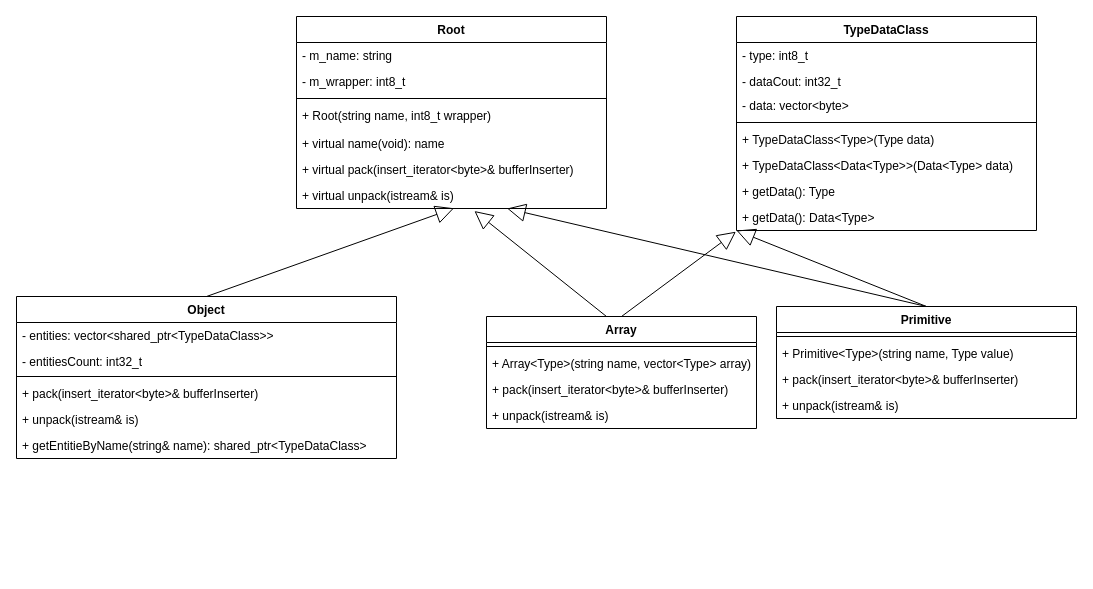
This is arc.drawio from Sqaz33/serialization, a draw.io file, before an edit. Source tidied: cells renumbered, new cells numbered last; positions are measured from the earlier drawing's top-left corner, leaving out a move shared by most shapes. Both pictures are drawn from the tidied source at 100%, with x=0, y=0 at pixel (16, 16).
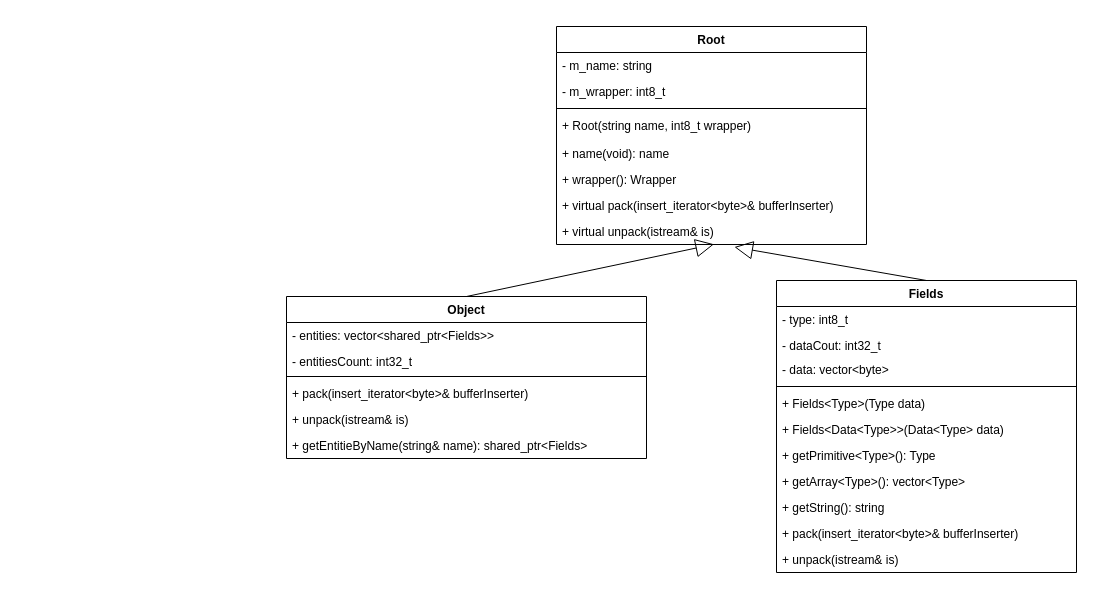
After the change.

Change to the diagram source:
```diff
@@
     <mxCell id="2" value="Root&#10;" style="swimlane;fontStyle=1;align=center;verticalAlign=top;horizontal=1;startSize=26;" parent="1" vertex="1">
-      <mxGeometry x="280" width="310" height="192" as="geometry" />
+      <mxGeometry x="540" y="10" width="310" height="218" as="geometry" />
     </mxCell>
@@
-    <mxCell id="7" value="+ virtual name(void): name " style="text;strokeColor=none;fillColor=none;align=left;verticalAlign=top;spacingLeft=4;spacingRight=4;overflow=hidden;" parent="2" vertex="1">
+    <mxCell id="7" value="+ name(void): name " style="text;strokeColor=none;fillColor=none;align=left;verticalAlign=top;spacingLeft=4;spacingRight=4;overflow=hidden;" parent="2" vertex="1">
       <mxGeometry y="114" width="310" height="26" as="geometry" />
     </mxCell>
+    <mxCell id="41" value="+ wrapper(): Wrapper" style="text;strokeColor=none;fillColor=none;align=left;verticalAlign=top;spacingLeft=4;spacingRight=4;overflow=hidden;" parent="2" vertex="1">
+      <mxGeometry y="140" width="310" height="26" as="geometry" />
+    </mxCell>
     <mxCell id="8" value="+ virtual pack(insert_iterator&lt;byte&gt;&amp; bufferInserter)" style="text;strokeColor=none;fillColor=none;align=left;verticalAlign=top;spacingLeft=4;spacingRight=4;overflow=hidden;" parent="2" vertex="1">
-      <mxGeometry y="140" width="310" height="26" as="geometry" />
+      <mxGeometry y="166" width="310" height="26" as="geometry" />
     </mxCell>
     <mxCell id="9" value="+ virtual unpack(istream&amp; is)" style="text;strokeColor=none;fillColor=none;align=left;verticalAlign=top;spacingLeft=4;spacingRight=4;overflow=hidden;points=[[0,0.5],[1,0.5]];portConstraint=eastwest;" parent="2" vertex="1">
-      <mxGeometry y="166" width="310" height="26" as="geometry" />
+      <mxGeometry y="192" width="310" height="26" as="geometry" />
     </mxCell>
-    <mxCell id="10" value="TypeDataClass&#10;" style="swimlane;fontStyle=1;align=center;verticalAlign=top;horizontal=1;startSize=26;" parent="1" vertex="1">
-      <mxGeometry x="720" width="300" height="214" as="geometry" />
+    <mxCell id="10" value="Fields" style="swimlane;fontStyle=1;align=center;verticalAlign=top;horizontal=1;startSize=26;" parent="1" vertex="1">
+      <mxGeometry x="760" y="264" width="300" height="292" as="geometry" />
     </mxCell>
@@
-    <mxCell id="15" value="+ TypeDataClass&lt;Type&gt;(Type data)" style="text;strokeColor=none;fillColor=none;align=left;verticalAlign=top;spacingLeft=4;spacingRight=4;overflow=hidden;" parent="10" vertex="1">
+    <mxCell id="15" value="+ Fields&lt;Type&gt;(Type data)" style="text;strokeColor=none;fillColor=none;align=left;verticalAlign=top;spacingLeft=4;spacingRight=4;overflow=hidden;" parent="10" vertex="1">
       <mxGeometry y="110" width="300" height="26" as="geometry" />
     </mxCell>
-    <mxCell id="16" value="+ TypeDataClass&lt;Data&lt;Type&gt;&gt;(Data&lt;Type&gt; data)" style="text;strokeColor=none;fillColor=none;align=left;verticalAlign=top;spacingLeft=4;spacingRight=4;overflow=hidden;" parent="10" vertex="1">
+    <mxCell id="16" value="+ Fields&lt;Data&lt;Type&gt;&gt;(Data&lt;Type&gt; data)" style="text;strokeColor=none;fillColor=none;align=left;verticalAlign=top;spacingLeft=4;spacingRight=4;overflow=hidden;" parent="10" vertex="1">
       <mxGeometry y="136" width="300" height="26" as="geometry" />
     </mxCell>
+    <mxCell id="18" value="+ getPrimitive&lt;Type&gt;(): Type" style="text;strokeColor=none;fillColor=none;align=left;verticalAlign=top;spacingLeft=4;spacingRight=4;overflow=hidden;points=[[0,0.5],[1,0.5]];portConstraint=eastwest;" parent="10" vertex="1">
+      <mxGeometry y="162" width="300" height="26" as="geometry" />
+    </mxCell>
-    <mxCell id="17" value="+ getData(): Type" style="text;strokeColor=none;fillColor=none;align=left;verticalAlign=top;spacingLeft=4;spacingRight=4;overflow=hidden;" parent="10" vertex="1">
-      <mxGeometry y="162" width="300" height="26" as="geometry" />
+    <mxCell id="17" value="+ getArray&lt;Type&gt;(): vector&lt;Type&gt;" style="text;strokeColor=none;fillColor=none;align=left;verticalAlign=top;spacingLeft=4;spacingRight=4;overflow=hidden;" parent="10" vertex="1">
+      <mxGeometry y="188" width="300" height="26" as="geometry" />
     </mxCell>
-    <mxCell id="18" value="+ getData(): Data&lt;Type&gt;" style="text;strokeColor=none;fillColor=none;align=left;verticalAlign=top;spacingLeft=4;spacingRight=4;overflow=hidden;points=[[0,0.5],[1,0.5]];portConstraint=eastwest;" parent="10" vertex="1">
-      <mxGeometry y="188" width="300" height="26" as="geometry" />
-    </mxCell>
-    <mxCell id="19" value="Primitive" style="swimlane;fontStyle=1;align=center;verticalAlign=top;horizontal=1;startSize=26;" parent="1" vertex="1">
-      <mxGeometry x="760" y="290" width="300" height="112" as="geometry" />
-    </mxCell>
-    <mxCell id="20" style="line;strokeWidth=1;fillColor=none;align=left;verticalAlign=middle;spacingTop=-1;spacingLeft=3;spacingRight=3;labelPosition=right;strokeColor=inherit;" parent="19" vertex="1">
-      <mxGeometry y="26" width="300" height="8" as="geometry" />
-    </mxCell>
-    <mxCell id="21" value="+ Primitive&lt;Type&gt;(string name, Type value)" style="text;strokeColor=none;fillColor=none;align=left;verticalAlign=top;spacingLeft=4;spacingRight=4;overflow=hidden;" parent="19" vertex="1">
-      <mxGeometry y="34" width="300" height="26" as="geometry" />
-    </mxCell>
-    <mxCell id="22" value="+ pack(insert_iterator&lt;byte&gt;&amp; bufferInserter)" style="text;strokeColor=none;fillColor=none;align=left;verticalAlign=top;spacingLeft=4;spacingRight=4;overflow=hidden;" parent="19" vertex="1">
-      <mxGeometry y="60" width="300" height="26" as="geometry" />
-    </mxCell>
-    <mxCell id="23" value="+ unpack(istream&amp; is)" style="text;strokeColor=none;fillColor=none;align=left;verticalAlign=top;spacingLeft=4;spacingRight=4;overflow=hidden;" parent="19" vertex="1">
-      <mxGeometry y="86" width="300" height="26" as="geometry" />
-    </mxCell>
-    <mxCell id="24" style="endArrow=block;endSize=16;endFill=0;html=1;entryX=0;entryY=1;entryDx=0;entryDy=0;exitX=0.5;exitY=0;exitDx=0;exitDy=0;" parent="1" edge="1" source="19" target="10">
-      <mxGeometry relative="1" as="geometry" />
-    </mxCell>
-    <mxCell id="25" style="endArrow=block;endSize=16;endFill=0;html=1;exitX=0.5;exitY=0;exitDx=0;exitDy=0;" parent="1" edge="1" source="19" target="9">
-      <mxGeometry relative="1" as="geometry" />
-    </mxCell>
-    <mxCell id="26" value="Array" style="swimlane;fontStyle=1;align=center;verticalAlign=top;horizontal=1;startSize=26;" parent="1" vertex="1">
-      <mxGeometry x="470" y="300" width="270" height="112" as="geometry" />
-    </mxCell>
-    <mxCell id="27" style="line;strokeWidth=1;fillColor=none;align=left;verticalAlign=middle;spacingTop=-1;spacingLeft=3;spacingRight=3;labelPosition=right;strokeColor=inherit;" parent="26" vertex="1">
-      <mxGeometry y="26" width="270" height="8" as="geometry" />
-    </mxCell>
-    <mxCell id="28" value="+ Array&lt;Type&gt;(string name, vector&lt;Type&gt; array)" style="text;strokeColor=none;fillColor=none;align=left;verticalAlign=top;spacingLeft=4;spacingRight=4;overflow=hidden;" parent="26" vertex="1">
-      <mxGeometry y="34" width="270" height="26" as="geometry" />
-    </mxCell>
-    <mxCell id="29" value="+ pack(insert_iterator&lt;byte&gt;&amp; bufferInserter)" style="text;strokeColor=none;fillColor=none;align=left;verticalAlign=top;spacingLeft=4;spacingRight=4;overflow=hidden;" parent="26" vertex="1">
-      <mxGeometry y="60" width="270" height="26" as="geometry" />
-    </mxCell>
-    <mxCell id="30" value="+ unpack(istream&amp; is)" style="text;strokeColor=none;fillColor=none;align=left;verticalAlign=top;spacingLeft=4;spacingRight=4;overflow=hidden;" parent="26" vertex="1">
-      <mxGeometry y="86" width="270" height="26" as="geometry" />
-    </mxCell>
-    <mxCell id="31" style="endArrow=block;endSize=16;endFill=0;html=1;exitX=0.5;exitY=0;exitDx=0;exitDy=0;entryX=-0.002;entryY=1.046;entryDx=0;entryDy=0;entryPerimeter=0;" parent="1" edge="1" source="26" target="18">
-      <mxGeometry relative="1" as="geometry" />
-    </mxCell>
+    <mxCell id="42" value="+ getString(): string" style="text;strokeColor=none;fillColor=none;align=left;verticalAlign=top;spacingLeft=4;spacingRight=4;overflow=hidden;" parent="10" vertex="1">
+      <mxGeometry y="214" width="300" height="26" as="geometry" />
+    </mxCell>
+    <mxCell id="43" value="+ pack(insert_iterator&lt;byte&gt;&amp; bufferInserter)" style="text;strokeColor=none;fillColor=none;align=left;verticalAlign=top;spacingLeft=4;spacingRight=4;overflow=hidden;" parent="10" vertex="1">
+      <mxGeometry y="240" width="300" height="26" as="geometry" />
+    </mxCell>
+    <mxCell id="44" value="+ unpack(istream&amp; is)" style="text;strokeColor=none;fillColor=none;align=left;verticalAlign=top;spacingLeft=4;spacingRight=4;overflow=hidden;" parent="10" vertex="1">
+      <mxGeometry y="266" width="300" height="26" as="geometry" />
+    </mxCell>
-    <mxCell id="32" style="endArrow=block;endSize=16;endFill=0;html=1;entryX=0.574;entryY=1.097;entryDx=0;entryDy=0;entryPerimeter=0;" parent="1" edge="1" target="9">
-      <mxGeometry relative="1" as="geometry">
-        <mxPoint x="590" y="300" as="sourcePoint" />
-      </mxGeometry>
+    <mxCell id="32" style="endArrow=block;endSize=16;endFill=0;html=1;entryX=0.574;entryY=1.097;entryDx=0;entryDy=0;entryPerimeter=0;exitX=0.5;exitY=0;exitDx=0;exitDy=0;" parent="1" edge="1" source="10" target="9">
+      <mxGeometry relative="1" as="geometry" />
     </mxCell>
     <mxCell id="33" value="Object" style="swimlane;fontStyle=1;align=center;verticalAlign=top;horizontal=1;startSize=26;" parent="1" vertex="1">
-      <mxGeometry y="280" width="380" height="162" as="geometry" />
+      <mxGeometry x="270" y="280" width="360" height="162" as="geometry" />
     </mxCell>
-    <mxCell id="34" value="- entities: vector&lt;shared_ptr&lt;TypeDataClass&gt;&gt;" style="text;strokeColor=none;fillColor=none;align=left;verticalAlign=top;spacingLeft=4;spacingRight=4;overflow=hidden;" parent="33" vertex="1">
-      <mxGeometry y="26" width="380" height="26" as="geometry" />
+    <mxCell id="34" value="- entities: vector&lt;shared_ptr&lt;Fields&gt;&gt;" style="text;strokeColor=none;fillColor=none;align=left;verticalAlign=top;spacingLeft=4;spacingRight=4;overflow=hidden;" parent="33" vertex="1">
+      <mxGeometry y="26" width="360" height="26" as="geometry" />
     </mxCell>
     <mxCell id="35" value="- entitiesCount: int32_t" style="text;strokeColor=none;fillColor=none;align=left;verticalAlign=top;spacingLeft=4;spacingRight=4;overflow=hidden;" parent="33" vertex="1">
-      <mxGeometry y="52" width="380" height="24" as="geometry" />
+      <mxGeometry y="52" width="360" height="24" as="geometry" />
     </mxCell>
     <mxCell id="36" style="line;strokeWidth=1;fillColor=none;align=left;verticalAlign=middle;spacingTop=-1;spacingLeft=3;spacingRight=3;labelPosition=right;strokeColor=inherit;" parent="33" vertex="1">
-      <mxGeometry y="76" width="380" height="8" as="geometry" />
+      <mxGeometry y="76" width="360" height="8" as="geometry" />
     </mxCell>
     <mxCell id="37" value="+ pack(insert_iterator&lt;byte&gt;&amp; bufferInserter)" style="text;strokeColor=none;fillColor=none;align=left;verticalAlign=top;spacingLeft=4;spacingRight=4;overflow=hidden;" parent="33" vertex="1">
-      <mxGeometry y="84" width="380" height="26" as="geometry" />
+      <mxGeometry y="84" width="360" height="26" as="geometry" />
     </mxCell>
     <mxCell id="38" value="+ unpack(istream&amp; is)" style="text;strokeColor=none;fillColor=none;align=left;verticalAlign=top;spacingLeft=4;spacingRight=4;overflow=hidden;" parent="33" vertex="1">
-      <mxGeometry y="110" width="380" height="26" as="geometry" />
+      <mxGeometry y="110" width="360" height="26" as="geometry" />
     </mxCell>
-    <mxCell id="39" value="+ getEntitieByName(string&amp; name): shared_ptr&lt;TypeDataClass&gt;" style="text;strokeColor=none;fillColor=none;align=left;verticalAlign=top;spacingLeft=4;spacingRight=4;overflow=hidden;" parent="33" vertex="1">
-      <mxGeometry y="136" width="380" height="26" as="geometry" />
+    <mxCell id="39" value="+ getEntitieByName(string&amp; name): shared_ptr&lt;Fields&gt;" style="text;strokeColor=none;fillColor=none;align=left;verticalAlign=top;spacingLeft=4;spacingRight=4;overflow=hidden;" parent="33" vertex="1">
+      <mxGeometry y="136" width="360" height="26" as="geometry" />
     </mxCell>
```
